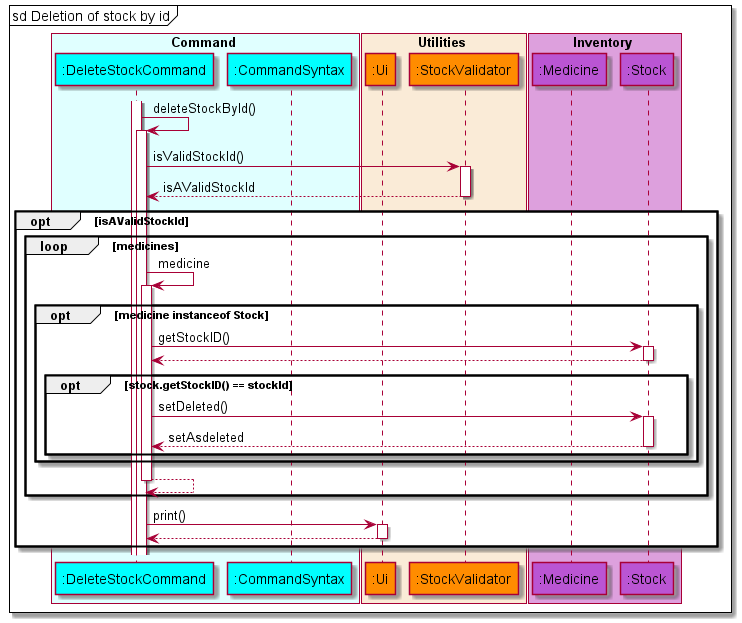
Above: docs/diagrams/diagram_images/DeletionOfStockByIdSequenceDiagram.png in nus-cs2113-AY2122S1/tp (PlantUML), before the change. Its diagram source:
```plantuml
@startuml DeleteStockSequenceDiagram

!include style.puml

box Command COLOR_COMMAND_BOX
    participant ":DeleteStockCommand" as deleteStock COLOR_COMMAND
    participant ":CommandSyntax" as commandSyntax COLOR_COMMAND
end box

box Utilities COLOR_UTILITIES_BOX
    participant ":Ui" as ui COLOR_UTILITIES
    participant ":StockValidator" as stockValidator COLOR_UTILITIES
end box

box Inventory COLOR_INVENTORY_BOX
    participant ":Medicine" as medicine COLOR_INVENTORY
    participant ":Stock" as stock COLOR_INVENTORY
end box

autoactivate on
mainFrame sd Deletion of stock by id
activate deleteStock
deleteStock -> deleteStock: deleteStockById()
deleteStock -> stockValidator : isValidStockId()
deleteStock <-- stockValidator : isAValidStockId
opt isAValidStockId
    loop medicines
        deleteStock -> deleteStock : medicine
        opt medicine instanceof Stock
            deleteStock -> stock : getStockID()
            deleteStock <-- stock
            opt stock.getStockID() == stockId
                deleteStock -> stock : setDeleted()
                deleteStock <-- stock : setAsdeleted
            end
        end
        deleteStock --> deleteStock
    end
deleteStock -> ui : print()
deleteStock <-- ui
end
@enduml
```
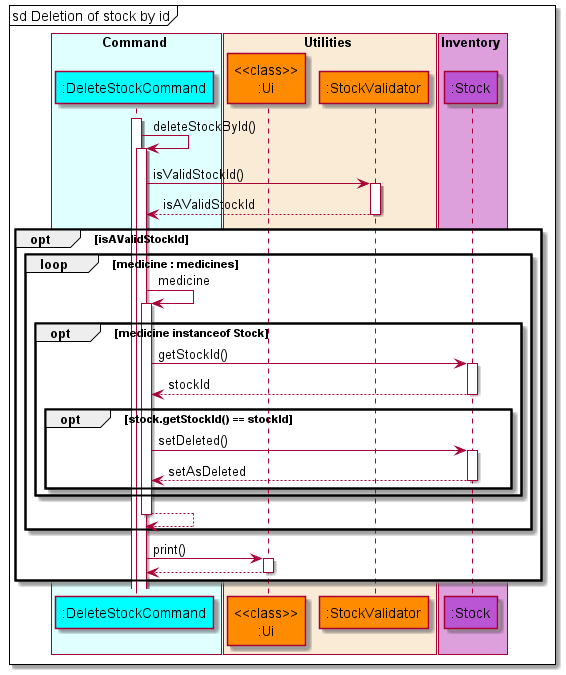
Above is the later version.

Commit message:
Update DG deletestock information and diagrams

What changed in the source:
```diff
@@ -4,16 +4,14 @@
 
 box Command COLOR_COMMAND_BOX
     participant ":DeleteStockCommand" as deleteStock COLOR_COMMAND
-    participant ":CommandSyntax" as commandSyntax COLOR_COMMAND
 end box
 
 box Utilities COLOR_UTILITIES_BOX
-    participant ":Ui" as ui COLOR_UTILITIES
+    participant "<<class>>\n:Ui" as ui COLOR_UTILITIES
     participant ":StockValidator" as stockValidator COLOR_UTILITIES
 end box
 
 box Inventory COLOR_INVENTORY_BOX
-    participant ":Medicine" as medicine COLOR_INVENTORY
     participant ":Stock" as stock COLOR_INVENTORY
 end box
 
@@ -24,14 +22,14 @@
 deleteStock -> stockValidator : isValidStockId()
 deleteStock <-- stockValidator : isAValidStockId
 opt isAValidStockId
-    loop medicines
+    loop medicine : medicines
         deleteStock -> deleteStock : medicine
         opt medicine instanceof Stock
-            deleteStock -> stock : getStockID()
-            deleteStock <-- stock
-            opt stock.getStockID() == stockId
+            deleteStock -> stock : getStockId()
+            deleteStock <-- stock : stockId
+            opt stock.getStockId() == stockId
                 deleteStock -> stock : setDeleted()
-                deleteStock <-- stock : setAsdeleted
+                deleteStock <-- stock : setAsDeleted
             end
         end
         deleteStock --> deleteStock
```
